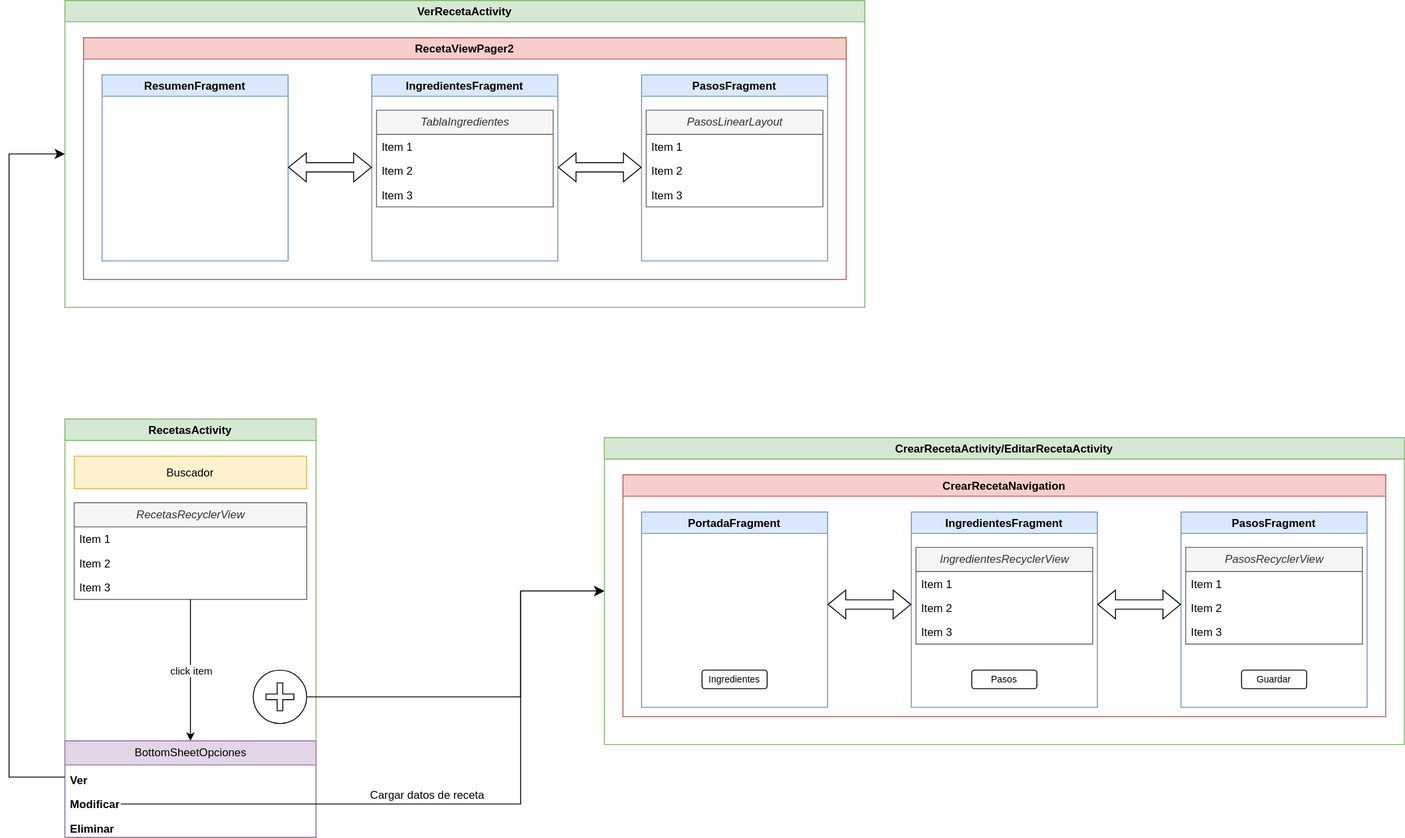
This is diagramas/Recetario.drawio.svg from overdrive80/RecetasDigitales, a draw.io export, as it was before one commit. Source tidied: cells renumbered, new cells last; positions are measured from the earlier drawing's top-left corner, leaving out a move shared by most shapes.
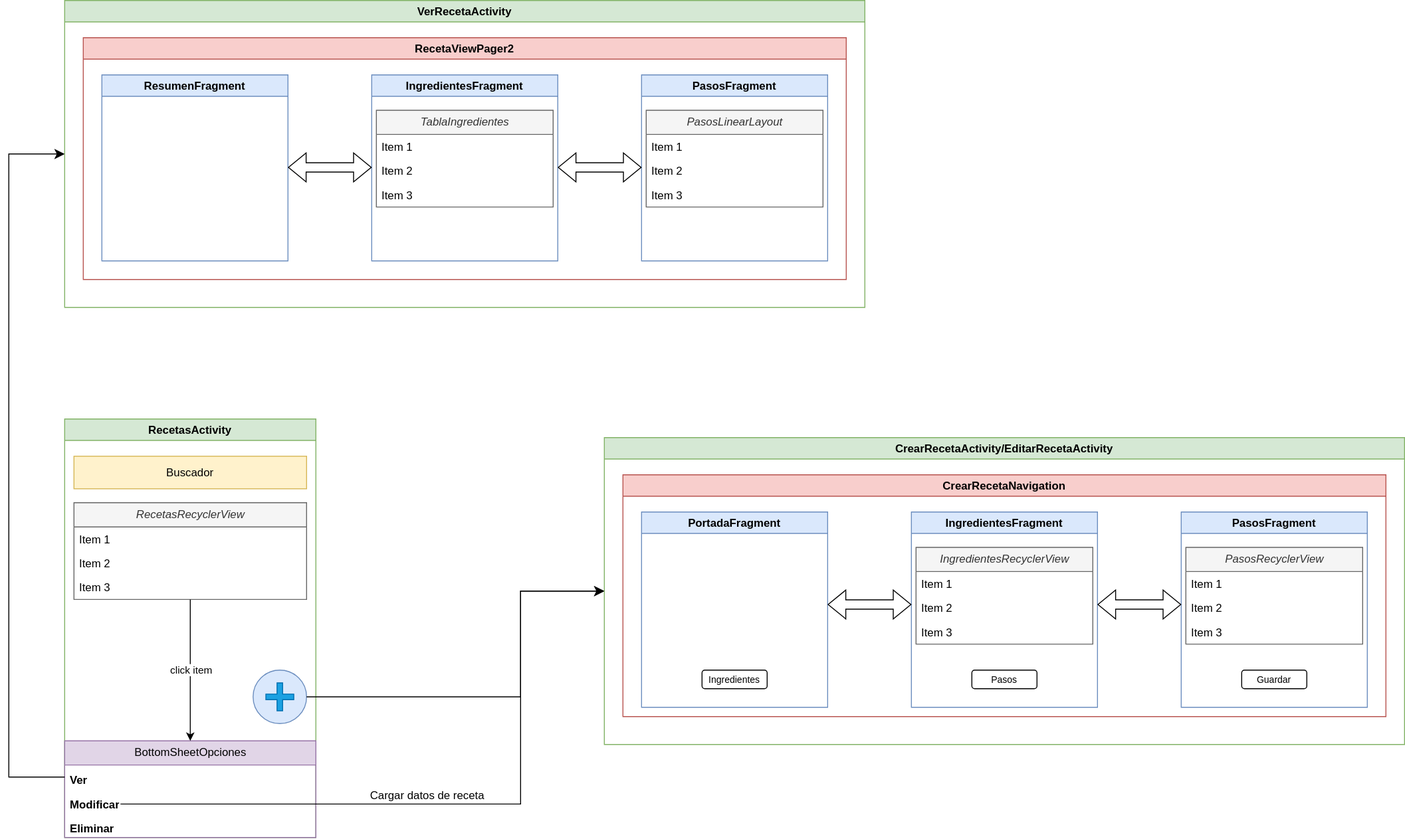
The same file after the commit.

What changed in the source:
```diff
@@ -46,13 +46,13 @@
     <mxCell id="14" value="click item" style="edgeLabel;html=1;align=center;verticalAlign=middle;fontColor=light-dark(#000000,#000000);labelBackgroundColor=light-dark(#FFFFFF,#FFFFFF);" parent="13" vertex="1">
       <mxGeometry relative="1" as="geometry" />
     </mxCell>
-    <mxCell id="15" style="group;fillColor=light-dark(#FFFFFF,#FFFFFF);fillStyle=auto;strokeColor=none;" parent="2" vertex="1">
+    <mxCell id="15" style="group;fillColor=none;fillStyle=auto;strokeColor=none;" parent="2" vertex="1">
       <mxGeometry x="202.5" y="270" width="57.5" height="57.5" as="geometry" />
     </mxCell>
-    <mxCell id="16" style="ellipse;whiteSpace=wrap;html=1;labelBackgroundColor=default;fillColor=light-dark(#FFFFFF,#FFFFFF);strokeColor=light-dark(#000000,#000000);" parent="15" vertex="1">
+    <mxCell id="16" style="ellipse;whiteSpace=wrap;html=1;labelBackgroundColor=default;fillColor=#dae8fc;strokeColor=#6c8ebf;" parent="15" vertex="1">
       <mxGeometry width="57.5" height="57.5" as="geometry" />
     </mxCell>
-    <mxCell id="17" style="shape=cross;whiteSpace=wrap;html=1;" parent="15" vertex="1">
+    <mxCell id="17" style="shape=cross;whiteSpace=wrap;html=1;fillColor=#1ba1e2;fontColor=#ffffff;strokeColor=#006EAF;" parent="15" vertex="1">
       <mxGeometry x="13.8" y="13.8" width="30" height="30" as="geometry" />
     </mxCell>
     <mxCell id="18" value="VerRecetaActivity" style="swimlane;fillColor=#d5e8d4;strokeColor=#82b366;" parent="1" vertex="1">
```
